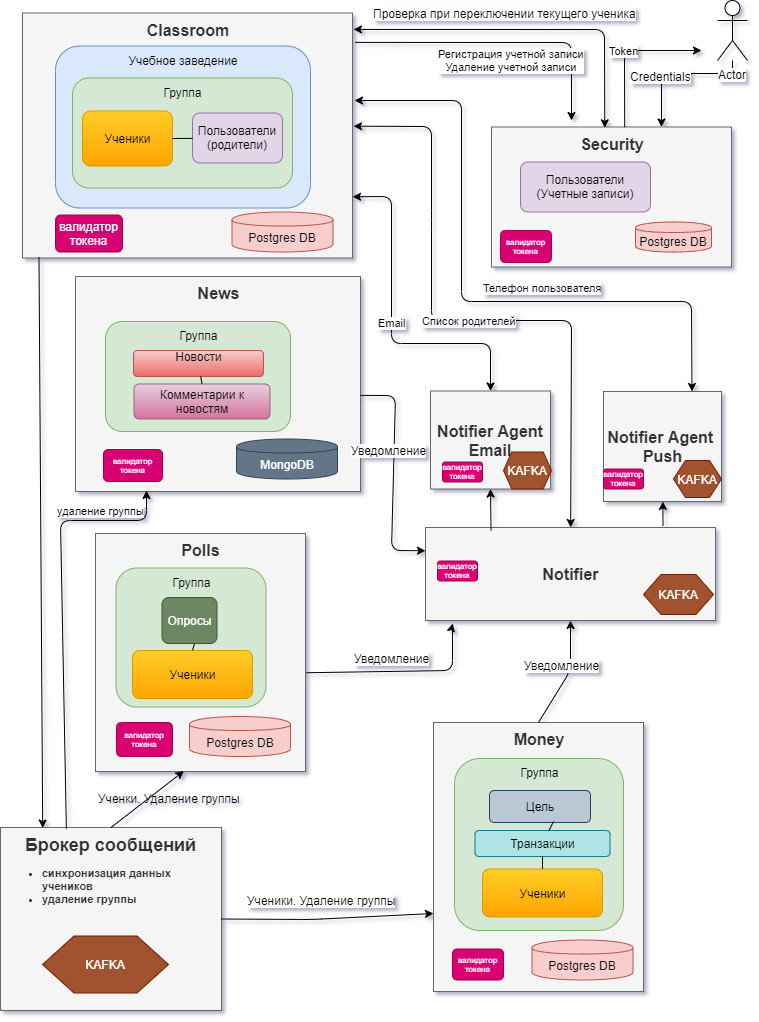
Earlier version of the draw.io export pics/parcom_hw3.png (pleshakoff/pc-root). Source tidied: cells renumbered, new cells last; positions are measured from the earlier drawing's top-left corner, leaving out a move shared by most shapes.
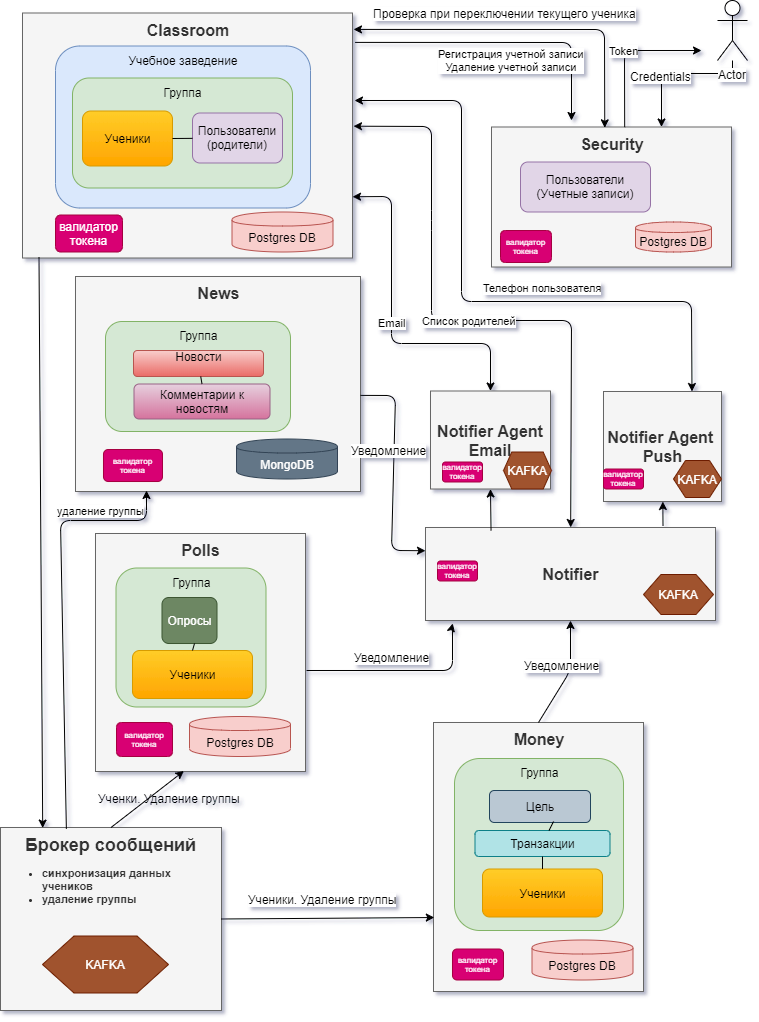
Above is the later version.

Commit message:
Поправил опечатки

What changed in the source:
```diff
@@ -160,8 +160,9 @@
     <mxCell id="40" value="валидатор токена" style="rounded=1;whiteSpace=wrap;html=1;fillColor=#d80073;strokeColor=#A50040;fontColor=#ffffff;fontSize=8;" parent="1" vertex="1">
       <mxGeometry x="437" y="560.5" width="40" height="20" as="geometry" />
     </mxCell>
-    <mxCell id="41" style="endArrow=classic;html=1;entryX=0.094;entryY=1.031;entryDx=0;entryDy=0;entryPerimeter=0;exitX=1.004;exitY=0.585;exitDx=0;exitDy=0;exitPerimeter=0;" parent="1" edge="1" source="32" target="10">
+    <mxCell id="41" style="endArrow=classic;html=1;entryX=0.094;entryY=1.031;entryDx=0;entryDy=0;entryPerimeter=0;" parent="1" edge="1" target="10">
       <mxGeometry relative="1" as="geometry">
+        <mxPoint x="306" y="670" as="sourcePoint" />
         <Array as="points">
           <mxPoint x="452" y="670" />
           <mxPoint x="452" y="624" />
@@ -229,12 +230,8 @@
     <mxCell id="58" style="endArrow=classic;html=1;exitX=0.5;exitY=0;exitDx=0;exitDy=0;entryX=0.421;entryY=0.998;entryDx=0;entryDy=0;entryPerimeter=0;" parent="1" edge="1" source="54" target="32">
       <mxGeometry relative="1" as="geometry" />
     </mxCell>
-    <mxCell id="59" style="endArrow=classic;html=1;entryX=0;entryY=0.71;entryDx=0;entryDy=0;entryPerimeter=0;exitX=1;exitY=0.5;exitDx=0;exitDy=0;" parent="1" edge="1" source="54" target="45">
-      <mxGeometry relative="1" as="geometry">
-        <Array as="points">
-          <mxPoint x="311" y="919" />
-        </Array>
-      </mxGeometry>
+    <mxCell id="59" style="endArrow=classic;html=1;entryX=0.004;entryY=0.725;entryDx=0;entryDy=0;entryPerimeter=0;exitX=1;exitY=0.5;exitDx=0;exitDy=0;" parent="1" edge="1" source="54" target="45">
+      <mxGeometry relative="1" as="geometry" />
     </mxCell>
     <mxCell id="60" value="Ученики. Удаление группы" style="text;html=1;align=center;verticalAlign=middle;labelBackgroundColor=#ffffff;" parent="59" vertex="1">
       <mxGeometry x="-0.46" y="-1" relative="1" as="geometry">
```
